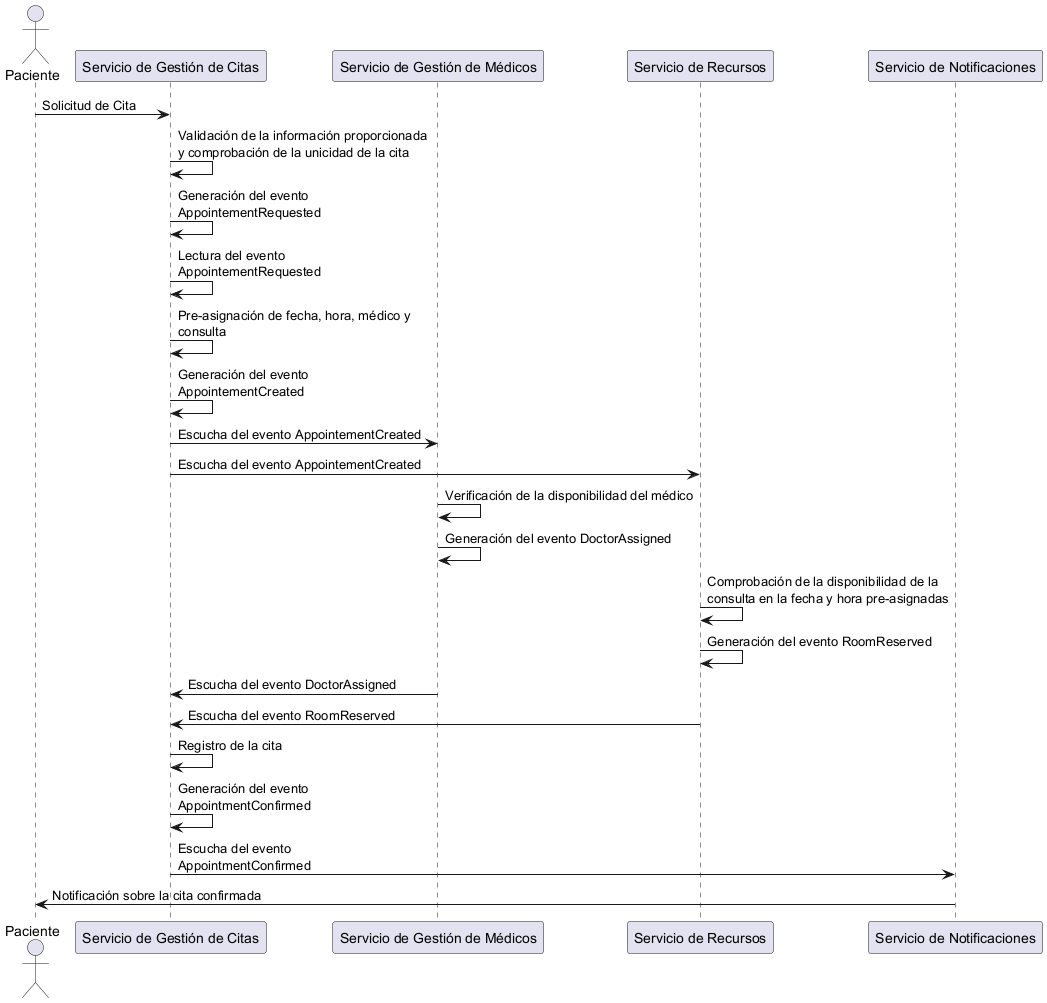
Above: Eventos/solicitudCita.png in jggomeztocino/SaludConecta (PlantUML), before the change. Its diagram source:
```plantuml
@startuml solicitudCita
skinparam linetype ortho

skinparam maxMessageSize 250

actor "Paciente" as Paciente

participant "Servicio de Gestión de Citas" as Citas
participant "Servicio de Gestión de Médicos" as Personal
participant "Servicio de Recursos" as Recursos
participant "Servicio de Notificaciones" as Notificaciones

Paciente -> Citas : Solicitud de Cita
Citas -> Citas : Validación de la información proporcionada y comprobación de la unicidad de la cita
Citas -> Citas : Generación del evento AppointementRequested

Citas -> Citas : Lectura del evento AppointementRequested
Citas -> Citas : Pre-asignación de fecha, hora, médico y consulta
Citas -> Citas : Generación del evento AppointementCreated

Personal <- Citas : Escucha del evento AppointementCreated
Recursos <- Citas : Escucha del evento AppointementCreated

Personal -> Personal : Verificación de la disponibilidad del médico
Personal -> Personal : Generación del evento DoctorAssigned

Recursos -> Recursos : Comprobación de la disponibilidad de la consulta en la fecha y hora pre-asignadas
Recursos -> Recursos : Generación del evento RoomReserved

Citas <- Personal : Escucha del evento DoctorAssigned
Citas <- Recursos : Escucha del evento RoomReserved

Citas -> Citas : Registro de la cita
Citas -> Citas : Generación del evento AppointmentConfirmed

Notificaciones <- Citas : Escucha del evento AppointmentConfirmed
Notificaciones -> Paciente : Notificación sobre la cita confirmada

@enduml
```
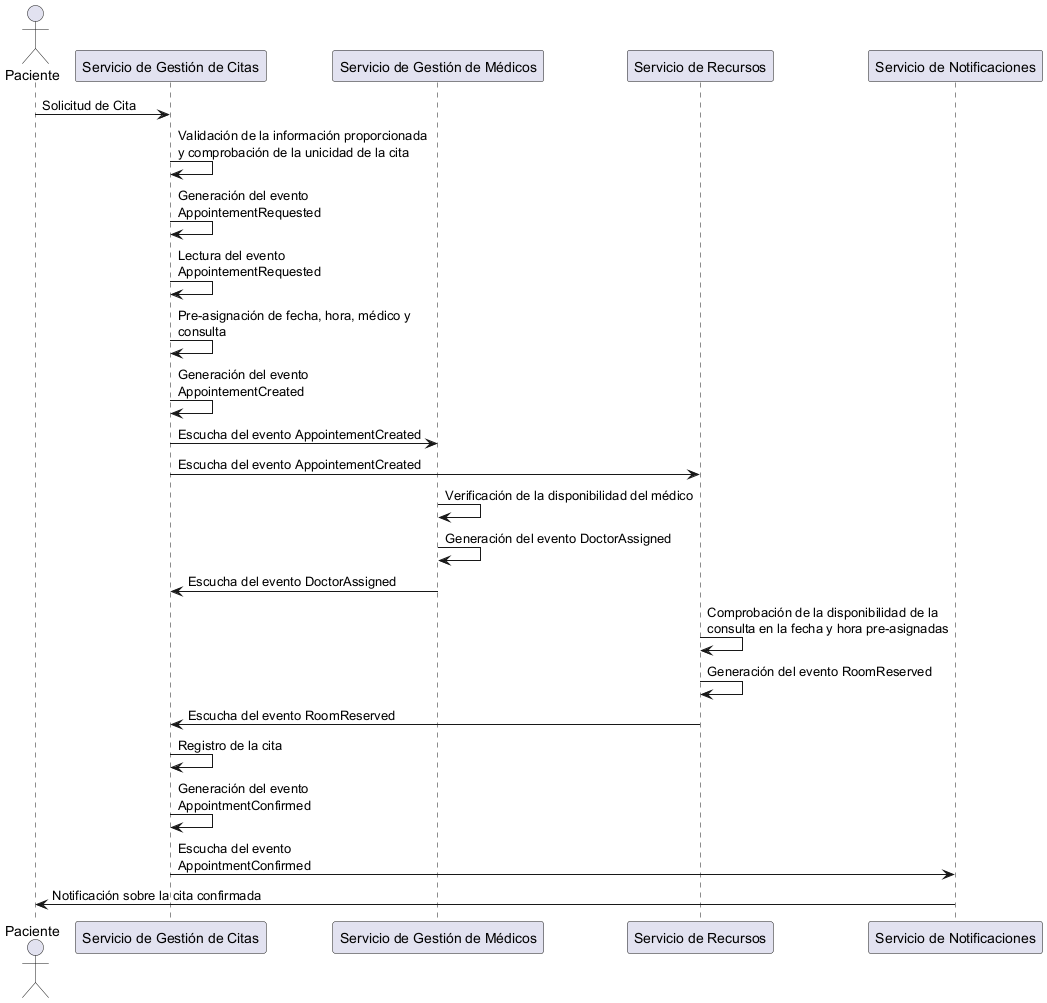
After the commit.

Commit message:
example of event diagram design

The edit, as a diff of the source:
```diff
@@ -23,11 +23,10 @@
 
 Personal -> Personal : Verificación de la disponibilidad del médico
 Personal -> Personal : Generación del evento DoctorAssigned
+Citas <- Personal : Escucha del evento DoctorAssigned
 
 Recursos -> Recursos : Comprobación de la disponibilidad de la consulta en la fecha y hora pre-asignadas
 Recursos -> Recursos : Generación del evento RoomReserved
-
-Citas <- Personal : Escucha del evento DoctorAssigned
 Citas <- Recursos : Escucha del evento RoomReserved
 
 Citas -> Citas : Registro de la cita
```
